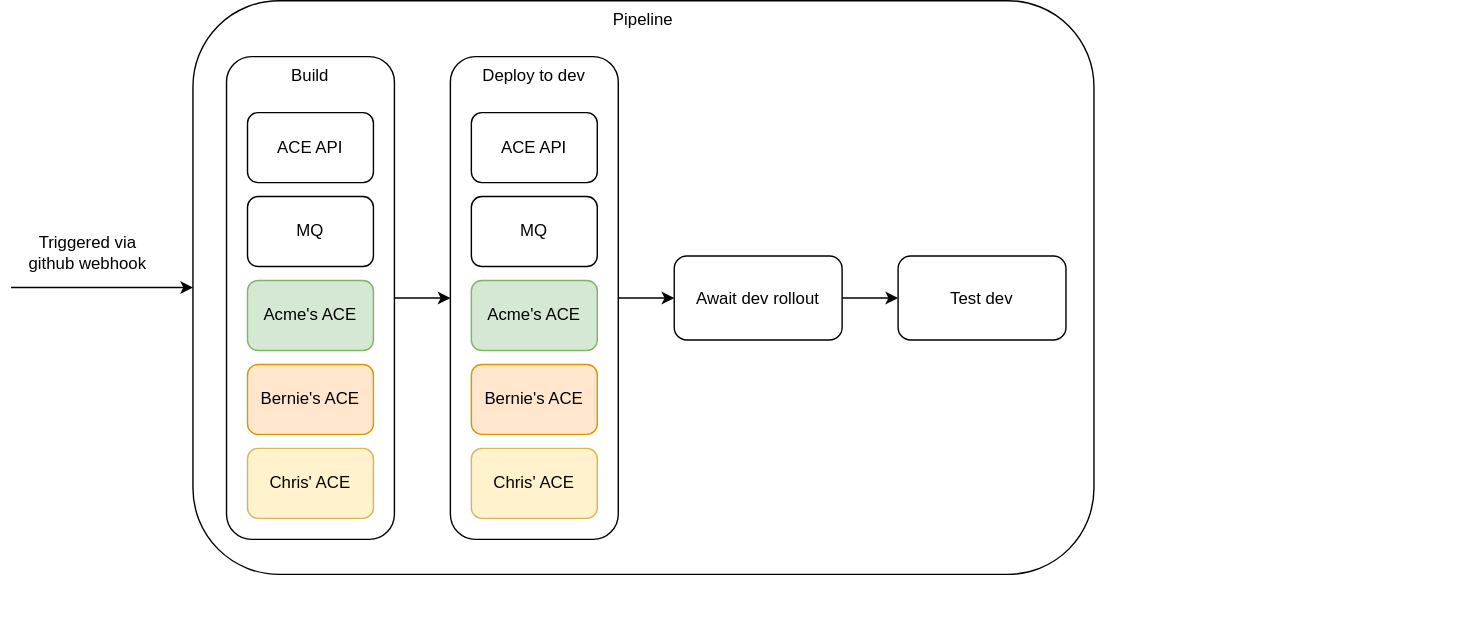
The draw.io diagram DrivewayDentDeletion/media/dev-pipeline.svg in IBM/cp4i-deployment-samples, before a commit. Source tidied: cells renumbered, new cells last; positions are measured from the earlier drawing's top-left corner, leaving out a move shared by most shapes. Source of this version:
```xml
<mxGraphModel>
  <root>
    <mxCell id="0" />
    <mxCell id="1" parent="0" />
    <mxCell id="2" style="group;verticalAlign=top;" parent="1" vertex="1">
      <mxGeometry x="154" y="40" width="880" height="400" as="geometry" />
    </mxCell>
    <mxCell id="3" value="Pipeline" style="rounded=1;whiteSpace=wrap;html=1;verticalAlign=top;" parent="2" vertex="1">
      <mxGeometry x="-24" y="-40" width="644" height="410" as="geometry" />
    </mxCell>
    <mxCell id="4" value="Build" style="rounded=1;whiteSpace=wrap;html=1;horizontal=1;verticalAlign=top;" parent="2" vertex="1">
      <mxGeometry width="120" height="345" as="geometry" />
    </mxCell>
    <mxCell id="5" value="ACE API" style="rounded=1;whiteSpace=wrap;html=1;" parent="2" vertex="1">
      <mxGeometry x="15" y="40" width="90" height="50" as="geometry" />
    </mxCell>
    <mxCell id="6" value="MQ" style="rounded=1;whiteSpace=wrap;html=1;" parent="2" vertex="1">
      <mxGeometry x="15" y="100" width="90" height="50" as="geometry" />
    </mxCell>
    <mxCell id="7" value="Acme's ACE" style="rounded=1;whiteSpace=wrap;html=1;fillColor=#d5e8d4;strokeColor=#82b366;" parent="2" vertex="1">
      <mxGeometry x="15" y="160" width="90" height="50" as="geometry" />
    </mxCell>
    <mxCell id="8" value="Bernie's ACE" style="rounded=1;whiteSpace=wrap;html=1;fillColor=#ffe6cc;strokeColor=#d79b00;" parent="2" vertex="1">
      <mxGeometry x="15" y="220" width="90" height="50" as="geometry" />
    </mxCell>
    <mxCell id="9" value="Chris' ACE" style="rounded=1;whiteSpace=wrap;html=1;fillColor=#fff2cc;strokeColor=#d6b656;" parent="2" vertex="1">
      <mxGeometry x="15" y="280" width="90" height="50" as="geometry" />
    </mxCell>
    <mxCell id="10" style="edgeStyle=orthogonalEdgeStyle;rounded=0;orthogonalLoop=1;jettySize=auto;html=1;exitX=0.5;exitY=1;exitDx=0;exitDy=0;" parent="2" edge="1" source="3" target="3">
      <mxGeometry relative="1" as="geometry" />
    </mxCell>
    <mxCell id="11" value="Await dev rollout" style="rounded=1;whiteSpace=wrap;html=1;" parent="1" vertex="1">
      <mxGeometry x="474" y="182.5" width="120" height="60" as="geometry" />
    </mxCell>
    <mxCell id="12" value="Test dev" style="rounded=1;whiteSpace=wrap;html=1;" parent="1" vertex="1">
      <mxGeometry x="634" y="182.5" width="120" height="60" as="geometry" />
    </mxCell>
    <mxCell id="13" style="group;" parent="1" vertex="1">
      <mxGeometry x="314" y="40" width="120" height="345" as="geometry" />
    </mxCell>
    <mxCell id="14" value="Deploy to dev" style="rounded=1;whiteSpace=wrap;html=1;verticalAlign=top;" parent="13" vertex="1">
      <mxGeometry width="120" height="345" as="geometry" />
    </mxCell>
    <mxCell id="15" value="ACE API" style="rounded=1;whiteSpace=wrap;html=1;" parent="13" vertex="1">
      <mxGeometry x="15" y="40" width="90" height="50" as="geometry" />
    </mxCell>
    <mxCell id="16" value="MQ" style="rounded=1;whiteSpace=wrap;html=1;" parent="13" vertex="1">
      <mxGeometry x="15" y="100" width="90" height="50" as="geometry" />
    </mxCell>
    <mxCell id="17" value="Acme's ACE" style="rounded=1;whiteSpace=wrap;html=1;fillColor=#d5e8d4;strokeColor=#82b366;" parent="13" vertex="1">
      <mxGeometry x="15" y="160" width="90" height="50" as="geometry" />
    </mxCell>
    <mxCell id="18" value="Bernie's ACE" style="rounded=1;whiteSpace=wrap;html=1;fillColor=#ffe6cc;strokeColor=#d79b00;" parent="13" vertex="1">
      <mxGeometry x="15" y="220" width="90" height="50" as="geometry" />
    </mxCell>
    <mxCell id="19" value="Chris' ACE" style="rounded=1;whiteSpace=wrap;html=1;fillColor=#fff2cc;strokeColor=#d6b656;" parent="13" vertex="1">
      <mxGeometry x="15" y="280" width="90" height="50" as="geometry" />
    </mxCell>
    <mxCell id="20" style="endArrow=classic;html=1;" parent="1" edge="1" source="4" target="14">
      <mxGeometry relative="1" as="geometry" />
    </mxCell>
    <mxCell id="21" style="endArrow=classic;html=1;" parent="1" edge="1" source="14" target="11">
      <mxGeometry relative="1" as="geometry" />
    </mxCell>
    <mxCell id="22" style="endArrow=classic;html=1;" parent="1" edge="1" source="11" target="12">
      <mxGeometry relative="1" as="geometry" />
    </mxCell>
    <mxCell id="23" style="endArrow=classic;html=1;" parent="1" edge="1" target="3">
      <mxGeometry relative="1" as="geometry">
        <mxPoint y="205" as="sourcePoint" />
      </mxGeometry>
    </mxCell>
    <mxCell id="24" value="Triggered via github webhook" style="text;html=1;strokeColor=none;fillColor=none;align=center;verticalAlign=middle;whiteSpace=wrap;rounded=0;" parent="1" vertex="1">
      <mxGeometry x="10" y="170" width="90" height="20" as="geometry" />
    </mxCell>
  </root>
</mxGraphModel>
```
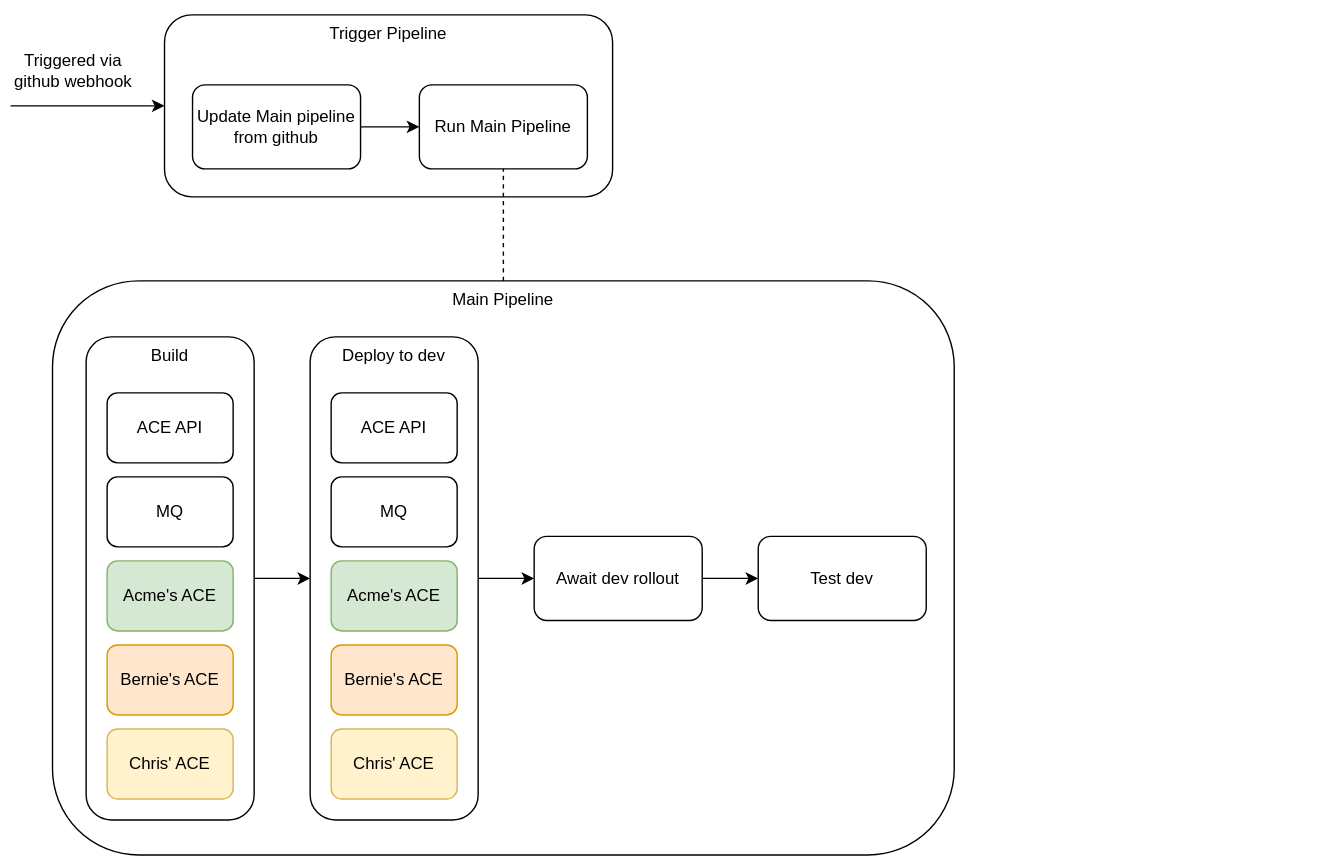
The same diagram one commit later.

The edit, as a diff of the source:
```diff
@@ -3,32 +3,47 @@
     <mxCell id="0" />
     <mxCell id="1" parent="0" />
     <mxCell id="2" style="group;verticalAlign=top;" parent="1" vertex="1">
-      <mxGeometry x="154" y="40" width="880" height="400" as="geometry" />
+      <mxGeometry x="154" y="-200" width="880" height="400" as="geometry" />
     </mxCell>
-    <mxCell id="3" value="Pipeline" style="rounded=1;whiteSpace=wrap;html=1;verticalAlign=top;" parent="2" vertex="1">
-      <mxGeometry x="-24" y="-40" width="644" height="410" as="geometry" />
+    <mxCell id="3" value="Main Pipeline" style="rounded=1;whiteSpace=wrap;html=1;verticalAlign=top;" parent="2" vertex="1">
+      <mxGeometry x="-24" y="200" width="644" height="410" as="geometry" />
     </mxCell>
     <mxCell id="4" value="Build" style="rounded=1;whiteSpace=wrap;html=1;horizontal=1;verticalAlign=top;" parent="2" vertex="1">
-      <mxGeometry width="120" height="345" as="geometry" />
+      <mxGeometry y="240" width="120" height="345" as="geometry" />
     </mxCell>
     <mxCell id="5" value="ACE API" style="rounded=1;whiteSpace=wrap;html=1;" parent="2" vertex="1">
-      <mxGeometry x="15" y="40" width="90" height="50" as="geometry" />
+      <mxGeometry x="15" y="280" width="90" height="50" as="geometry" />
     </mxCell>
     <mxCell id="6" value="MQ" style="rounded=1;whiteSpace=wrap;html=1;" parent="2" vertex="1">
-      <mxGeometry x="15" y="100" width="90" height="50" as="geometry" />
+      <mxGeometry x="15" y="340" width="90" height="50" as="geometry" />
     </mxCell>
     <mxCell id="7" value="Acme's ACE" style="rounded=1;whiteSpace=wrap;html=1;fillColor=#d5e8d4;strokeColor=#82b366;" parent="2" vertex="1">
-      <mxGeometry x="15" y="160" width="90" height="50" as="geometry" />
+      <mxGeometry x="15" y="400" width="90" height="50" as="geometry" />
     </mxCell>
     <mxCell id="8" value="Bernie's ACE" style="rounded=1;whiteSpace=wrap;html=1;fillColor=#ffe6cc;strokeColor=#d79b00;" parent="2" vertex="1">
-      <mxGeometry x="15" y="220" width="90" height="50" as="geometry" />
+      <mxGeometry x="15" y="460" width="90" height="50" as="geometry" />
     </mxCell>
     <mxCell id="9" value="Chris' ACE" style="rounded=1;whiteSpace=wrap;html=1;fillColor=#fff2cc;strokeColor=#d6b656;" parent="2" vertex="1">
-      <mxGeometry x="15" y="280" width="90" height="50" as="geometry" />
+      <mxGeometry x="15" y="520" width="90" height="50" as="geometry" />
     </mxCell>
     <mxCell id="10" style="edgeStyle=orthogonalEdgeStyle;rounded=0;orthogonalLoop=1;jettySize=auto;html=1;exitX=0.5;exitY=1;exitDx=0;exitDy=0;" parent="2" edge="1" source="3" target="3">
       <mxGeometry relative="1" as="geometry" />
     </mxCell>
+    <mxCell id="25" value="Trigger Pipeline" style="rounded=1;whiteSpace=wrap;html=1;verticalAlign=top;" parent="2" vertex="1">
+      <mxGeometry x="56" y="10" width="320" height="130" as="geometry" />
+    </mxCell>
+    <mxCell id="26" value="Update Main pipeline from github" style="rounded=1;whiteSpace=wrap;html=1;" parent="2" vertex="1">
+      <mxGeometry x="76" y="60" width="120" height="60" as="geometry" />
+    </mxCell>
+    <mxCell id="27" value="Run Main Pipeline" style="rounded=1;whiteSpace=wrap;html=1;" parent="2" vertex="1">
+      <mxGeometry x="238" y="60" width="120" height="60" as="geometry" />
+    </mxCell>
+    <mxCell id="28" style="endArrow=classic;html=1;" parent="2" edge="1" source="26" target="27">
+      <mxGeometry relative="1" as="geometry" />
+    </mxCell>
+    <mxCell id="29" style="endArrow=none;dashed=1;html=1;" parent="2" edge="1" source="3" target="27">
+      <mxGeometry relative="1" as="geometry" />
+    </mxCell>
     <mxCell id="11" value="Await dev rollout" style="rounded=1;whiteSpace=wrap;html=1;" parent="1" vertex="1">
       <mxGeometry x="474" y="182.5" width="120" height="60" as="geometry" />
     </mxCell>
@@ -65,13 +80,13 @@
     <mxCell id="22" style="endArrow=classic;html=1;" parent="1" edge="1" source="11" target="12">
       <mxGeometry relative="1" as="geometry" />
     </mxCell>
-    <mxCell id="23" style="endArrow=classic;html=1;" parent="1" edge="1" target="3">
+    <mxCell id="23" style="endArrow=classic;html=1;" parent="1" edge="1" target="25">
       <mxGeometry relative="1" as="geometry">
-        <mxPoint y="205" as="sourcePoint" />
+        <mxPoint x="100" y="-125" as="sourcePoint" />
       </mxGeometry>
     </mxCell>
     <mxCell id="24" value="Triggered via github webhook" style="text;html=1;strokeColor=none;fillColor=none;align=center;verticalAlign=middle;whiteSpace=wrap;rounded=0;" parent="1" vertex="1">
-      <mxGeometry x="10" y="170" width="90" height="20" as="geometry" />
+      <mxGeometry x="100" y="-160" width="90" height="20" as="geometry" />
     </mxCell>
   </root>
 </mxGraphModel>
```
